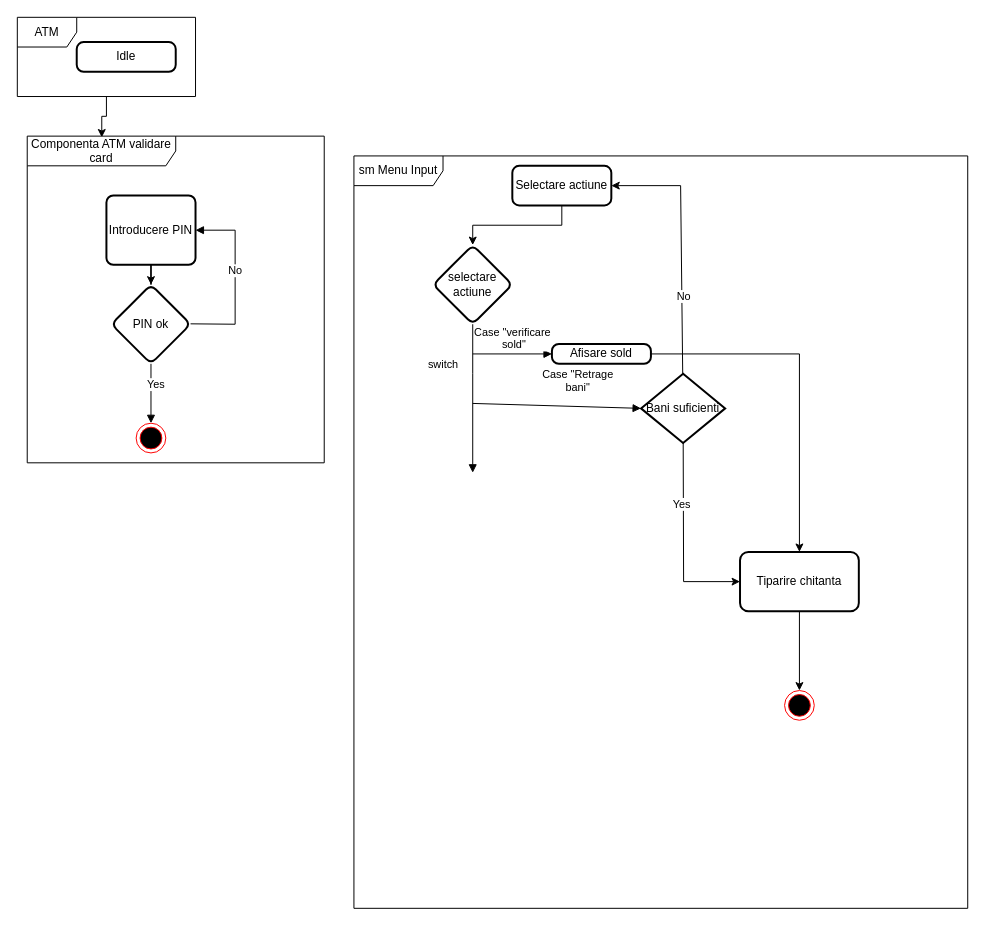
Above: Lab 4/ATM.drawio in Viezurelezob/Ingineria-programelor (draw.io), before the change. Source tidied: cells renumbered, new cells numbered last; positions are measured from the earlier drawing's top-left corner, leaving out a move shared by most shapes. Both pictures are drawn from the tidied source at 99%, with x=0, y=0 at pixel (17, 17).
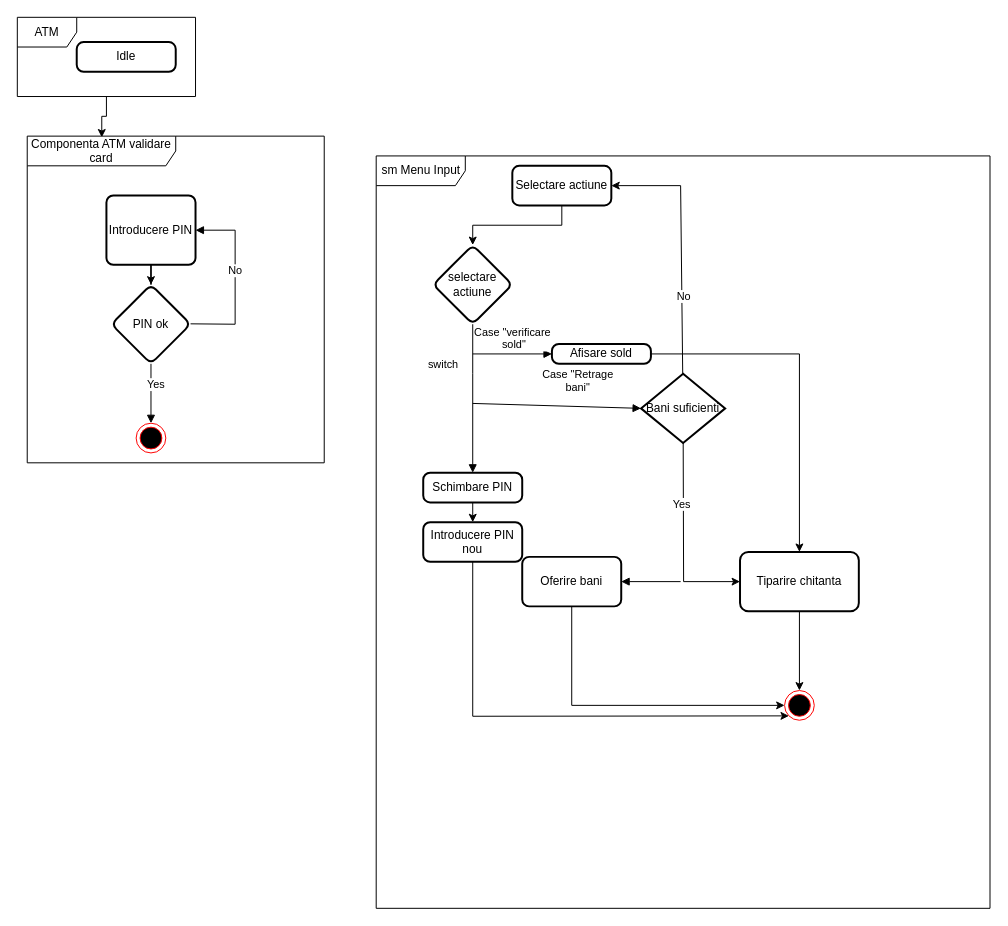
Above is the later version.

Unchanged cells that the change refers to:
```xml
<mxCell id="28" style="ellipse;html=1;shape=endState;fillColor=#000000;strokeColor=#ff0000;" parent="1" vertex="1">
  <mxGeometry x="775" y="680" width="30" height="30" as="geometry" />
</mxCell>
```

What changed in the source:
```diff
@@
     <mxCell id="2" value="sm Menu Input" style="shape=umlFrame;whiteSpace=wrap;html=1;width=90;height=30;" parent="1" vertex="1">
-      <mxGeometry x="340" y="140" width="620" height="760" as="geometry" />
+      <mxGeometry x="362.5" y="140" width="620" height="760" as="geometry" />
     </mxCell>
@@
+    <mxCell id="29" style="html=1;verticalAlign=bottom;endArrow=block;rounded=0;entryX=1;entryY=0.5;entryDx=0;entryDy=0;" parent="1" edge="1" target="31">
+      <mxGeometry relative="1" as="geometry">
+        <mxPoint x="670" y="570" as="sourcePoint" />
+      </mxGeometry>
+    </mxCell>
+    <mxCell id="30" style="edgeStyle=none;rounded=0;jettySize=auto;html=1;entryX=0;entryY=0.5;entryDx=0;entryDy=0;" parent="1" edge="1" source="31" target="28">
+      <mxGeometry relative="1" as="geometry">
+        <Array as="points">
+          <mxPoint x="560" y="695" />
+        </Array>
+      </mxGeometry>
+    </mxCell>
+    <mxCell id="31" value="Oferire bani" style="rounded=1;whiteSpace=wrap;html=1;absoluteArcSize=1;arcSize=14;strokeWidth=2;" parent="1" vertex="1">
+      <mxGeometry x="510" y="545" width="100" height="50" as="geometry" />
+    </mxCell>
+    <mxCell id="32" style="edgeStyle=none;rounded=0;jettySize=auto;html=1;" parent="1" edge="1" source="33" target="35">
+      <mxGeometry relative="1" as="geometry" />
+    </mxCell>
+    <mxCell id="33" value="Schimbare PIN" style="rounded=1;whiteSpace=wrap;html=1;absoluteArcSize=1;arcSize=14;strokeWidth=2;" parent="1" vertex="1">
+      <mxGeometry x="410" y="460" width="100" height="30" as="geometry" />
+    </mxCell>
+    <mxCell id="34" style="edgeStyle=none;rounded=0;jettySize=auto;html=1;entryX=0;entryY=1;entryDx=0;entryDy=0;" parent="1" edge="1" source="35" target="28">
+      <mxGeometry relative="1" as="geometry">
+        <Array as="points">
+          <mxPoint x="460" y="706" />
+        </Array>
+      </mxGeometry>
+    </mxCell>
+    <mxCell id="35" value="Introducere PIN&lt;br&gt;nou" style="rounded=1;whiteSpace=wrap;html=1;absoluteArcSize=1;arcSize=14;strokeWidth=2;" parent="1" vertex="1">
+      <mxGeometry x="410" y="510" width="100" height="40" as="geometry" />
+    </mxCell>
```
